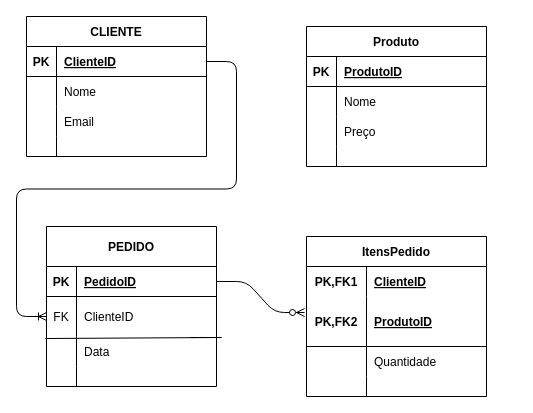
Before: aulas/04/modelo_logico.drawio in willim2023/Banco-dados, a draw.io diagram. Source tidied: cells renumbered, new cells numbered last; positions are measured from the earlier drawing's top-left corner, leaving out a move shared by most shapes. Both pictures are drawn from the tidied source at 100%, with x=0, y=0 at pixel (26, 16).
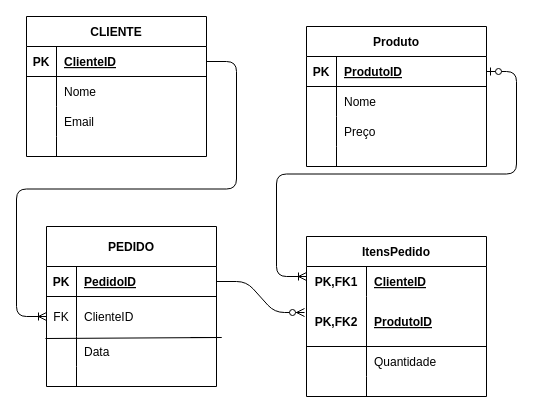
After the change.

The change refers to these unchanged cells:
```xml
<mxCell id="44" style="shape=tableRow;horizontal=0;startSize=0;swimlaneHead=0;swimlaneBody=0;fillColor=none;points=[[0,0.5],[1,0.5]];portConstraint=eastwest;top=0;left=0;right=0;bottom=1;" parent="43" vertex="1">
  <mxGeometry y="30" width="180" height="30" as="geometry" />
</mxCell>
```

The edit, as a diff of the source:
```diff
@@
+    <mxCell id="58" style="edgeStyle=entityRelationEdgeStyle;fontSize=12;html=1;endArrow=ERoneToMany;startArrow=ERzeroToOne;exitX=1;exitY=0.5;exitDx=0;exitDy=0;" parent="1" edge="1" source="44">
+      <mxGeometry relative="1" as="geometry">
+        <mxPoint x="280" y="260" as="targetPoint" />
+      </mxGeometry>
+    </mxCell>
```
